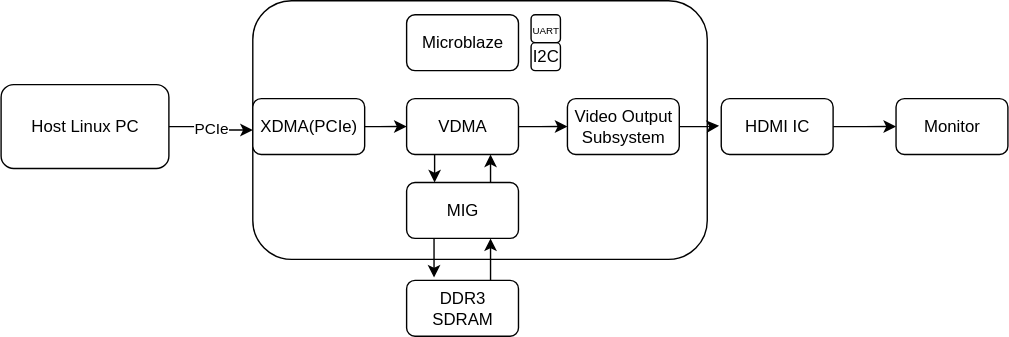
alpkoyun/Simple-Display-Controller keeps this draw.io diagram as doc/visuals/outputs/Hardware_Schematic.drawio.svg. Above is the earlier version. Source tidied: cells renumbered, new cells last; positions are measured from the earlier drawing's top-left corner, leaving out a move shared by most shapes. Its diagram source:
```xml
<mxGraphModel>
  <root>
    <mxCell id="0" />
    <mxCell id="1" parent="0" />
    <mxCell id="2" value="PCIe" style="edgeStyle=orthogonalEdgeStyle;rounded=0;jettySize=auto;html=1;" parent="1" edge="1" source="3" target="4">
      <mxGeometry relative="1" as="geometry" />
    </mxCell>
    <mxCell id="3" value="Host Linux PC" style="rounded=1;whiteSpace=wrap;html=1;" parent="1" vertex="1">
      <mxGeometry y="60" width="120" height="60" as="geometry" />
    </mxCell>
    <mxCell id="4" style="whiteSpace=wrap;html=1;rounded=1;" parent="1" vertex="1">
      <mxGeometry x="180" width="325" height="185" as="geometry" />
    </mxCell>
    <mxCell id="5" style="edgeStyle=orthogonalEdgeStyle;rounded=0;jettySize=auto;html=1;entryX=0;entryY=0.5;entryDx=0;entryDy=0;" parent="1" edge="1" source="6" target="9">
      <mxGeometry relative="1" as="geometry" />
    </mxCell>
    <mxCell id="6" value="XDMA(PCIe)" style="rounded=1;whiteSpace=wrap;html=1;" parent="1" vertex="1">
      <mxGeometry x="180" y="70" width="80" height="40" as="geometry" />
    </mxCell>
    <mxCell id="7" style="edgeStyle=orthogonalEdgeStyle;rounded=0;jettySize=auto;html=1;entryX=0.25;entryY=0;entryDx=0;entryDy=0;" parent="1" edge="1" source="9" target="12">
      <mxGeometry relative="1" as="geometry">
        <Array as="points">
          <mxPoint x="310" y="120" />
          <mxPoint x="310" y="120" />
        </Array>
      </mxGeometry>
    </mxCell>
    <mxCell id="8" style="edgeStyle=orthogonalEdgeStyle;rounded=0;jettySize=auto;html=1;entryX=0;entryY=0.5;entryDx=0;entryDy=0;" parent="1" edge="1" source="9" target="16">
      <mxGeometry relative="1" as="geometry" />
    </mxCell>
    <mxCell id="9" value="VDMA" style="rounded=1;whiteSpace=wrap;html=1;" parent="1" vertex="1">
      <mxGeometry x="290" y="70" width="80" height="40" as="geometry" />
    </mxCell>
    <mxCell id="10" style="edgeStyle=orthogonalEdgeStyle;rounded=0;jettySize=auto;html=1;entryX=0.75;entryY=1;entryDx=0;entryDy=0;" parent="1" edge="1" source="12" target="9">
      <mxGeometry relative="1" as="geometry">
        <Array as="points">
          <mxPoint x="350" y="120" />
          <mxPoint x="350" y="120" />
        </Array>
      </mxGeometry>
    </mxCell>
    <mxCell id="11" style="edgeStyle=orthogonalEdgeStyle;rounded=0;jettySize=auto;html=1;entryX=0.245;entryY=-0.051;entryDx=0;entryDy=0;entryPerimeter=0;" parent="1" edge="1" source="12" target="14">
      <mxGeometry relative="1" as="geometry">
        <Array as="points">
          <mxPoint x="310" y="198" />
        </Array>
      </mxGeometry>
    </mxCell>
    <mxCell id="12" value="MIG" style="rounded=1;whiteSpace=wrap;html=1;" parent="1" vertex="1">
      <mxGeometry x="290" y="130" width="80" height="40" as="geometry" />
    </mxCell>
    <mxCell id="13" style="edgeStyle=orthogonalEdgeStyle;rounded=0;jettySize=auto;html=1;" parent="1" edge="1" source="14" target="12">
      <mxGeometry relative="1" as="geometry">
        <Array as="points">
          <mxPoint x="350" y="190" />
          <mxPoint x="350" y="190" />
        </Array>
      </mxGeometry>
    </mxCell>
    <mxCell id="14" value="DDR3 SDRAM" style="rounded=1;whiteSpace=wrap;html=1;" parent="1" vertex="1">
      <mxGeometry x="290" y="200" width="80" height="40" as="geometry" />
    </mxCell>
    <mxCell id="15" value="Microblaze" style="rounded=1;whiteSpace=wrap;html=1;" parent="1" vertex="1">
      <mxGeometry x="290" y="10" width="80" height="40" as="geometry" />
    </mxCell>
    <mxCell id="16" value="Video Output Subsystem" style="rounded=1;whiteSpace=wrap;html=1;" parent="1" vertex="1">
      <mxGeometry x="405" y="70" width="80" height="40" as="geometry" />
    </mxCell>
    <mxCell id="17" style="edgeStyle=orthogonalEdgeStyle;rounded=0;jettySize=auto;html=1;" parent="1" edge="1" source="18">
      <mxGeometry relative="1" as="geometry">
        <mxPoint x="640" y="90" as="targetPoint" />
      </mxGeometry>
    </mxCell>
    <mxCell id="18" value="HDMI IC" style="rounded=1;whiteSpace=wrap;html=1;" parent="1" vertex="1">
      <mxGeometry x="515" y="70" width="80" height="40" as="geometry" />
    </mxCell>
    <mxCell id="19" style="edgeStyle=orthogonalEdgeStyle;rounded=0;jettySize=auto;html=1;entryX=-0.019;entryY=0.486;entryDx=0;entryDy=0;entryPerimeter=0;" parent="1" edge="1" source="16" target="18">
      <mxGeometry relative="1" as="geometry" />
    </mxCell>
    <mxCell id="20" value="Monitor" style="rounded=1;whiteSpace=wrap;html=1;" parent="1" vertex="1">
      <mxGeometry x="640" y="70" width="80" height="40" as="geometry" />
    </mxCell>
    <mxCell id="21" value="I2C" style="rounded=1;whiteSpace=wrap;html=1;" parent="1" vertex="1">
      <mxGeometry x="379" y="30" width="21" height="20" as="geometry" />
    </mxCell>
    <mxCell id="22" value="&lt;font style=&quot;font-size: 7px;&quot;&gt;UART&lt;/font&gt;" style="rounded=1;whiteSpace=wrap;html=1;" parent="1" vertex="1">
      <mxGeometry x="379" y="10" width="21" height="20" as="geometry" />
    </mxCell>
  </root>
</mxGraphModel>
```
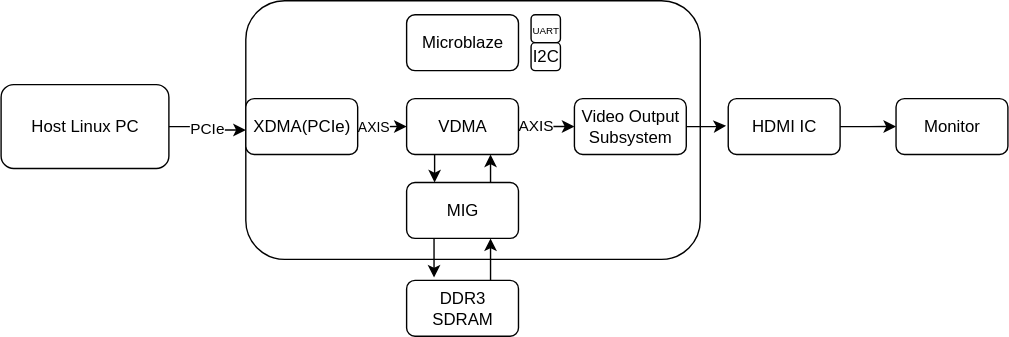
Above is the later version.

The edit, as a diff of the source:
```diff
@@ -9,13 +9,18 @@
       <mxGeometry y="60" width="120" height="60" as="geometry" />
     </mxCell>
     <mxCell id="4" style="whiteSpace=wrap;html=1;rounded=1;" parent="1" vertex="1">
-      <mxGeometry x="180" width="325" height="185" as="geometry" />
+      <mxGeometry x="175" width="325" height="185" as="geometry" />
     </mxCell>
     <mxCell id="5" style="edgeStyle=orthogonalEdgeStyle;rounded=0;jettySize=auto;html=1;entryX=0;entryY=0.5;entryDx=0;entryDy=0;" parent="1" edge="1" source="6" target="9">
       <mxGeometry relative="1" as="geometry" />
     </mxCell>
+    <mxCell id="23" value="&lt;font style=&quot;font-size: 10px;&quot;&gt;AXIS&lt;/font&gt;" style="edgeLabel;html=1;align=center;verticalAlign=middle;" parent="5" vertex="1">
+      <mxGeometry x="-0.27" relative="1" as="geometry">
+        <mxPoint x="-6" as="offset" />
+      </mxGeometry>
+    </mxCell>
     <mxCell id="6" value="XDMA(PCIe)" style="rounded=1;whiteSpace=wrap;html=1;" parent="1" vertex="1">
-      <mxGeometry x="180" y="70" width="80" height="40" as="geometry" />
+      <mxGeometry x="175" y="70" width="80" height="40" as="geometry" />
     </mxCell>
     <mxCell id="7" style="edgeStyle=orthogonalEdgeStyle;rounded=0;jettySize=auto;html=1;entryX=0.25;entryY=0;entryDx=0;entryDy=0;" parent="1" edge="1" source="9" target="12">
       <mxGeometry relative="1" as="geometry">
@@ -28,6 +33,15 @@
     <mxCell id="8" style="edgeStyle=orthogonalEdgeStyle;rounded=0;jettySize=auto;html=1;entryX=0;entryY=0.5;entryDx=0;entryDy=0;" parent="1" edge="1" source="9" target="16">
       <mxGeometry relative="1" as="geometry" />
     </mxCell>
+    <mxCell id="24" value="&lt;span style=&quot;color: rgba(0, 0, 0, 0); font-family: monospace; font-size: 0px; text-align: start; background-color: rgb(27, 29, 30);&quot;&gt;%3CmxGraphModel%3E%3Croot%3E%3CmxCell%20id%3D%220%22%2F%3E%3CmxCell%20id%3D%221%22%20parent%3D%220%22%2F%3E%3CmxCell%20id%3D%222%22%20value%3D%22%26lt%3Bfont%20style%3D%26quot%3Bfont-size%3A%2010px%3B%26quot%3B%26gt%3BAXIS%26lt%3B%2Ffont%26gt%3B%22%20style%3D%22edgeLabel%3Bhtml%3D1%3Balign%3Dcenter%3BverticalAlign%3Dmiddle%3Bresizable%3D0%3Bpoints%3D%5B%5D%3B%22%20vertex%3D%221%22%20connectable%3D%220%22%20parent%3D%221%22%3E%3CmxGeometry%20x%3D%22285.47058823529414%22%20y%3D%22270.01176470588234%22%20as%3D%22geometry%22%2F%3E%3C%2FmxCell%3E%3C%2Froot%3E%3C%2FmxGraphModel%3E&lt;/span&gt;" style="edgeLabel;html=1;align=center;verticalAlign=middle;" parent="8" vertex="1">
+      <mxGeometry x="0.11" relative="1" as="geometry" />
+    </mxCell>
+    <mxCell id="25" value="&lt;span style=&quot;color: rgba(0, 0, 0, 0); font-family: monospace; font-size: 0px; text-align: start; background-color: rgb(27, 29, 30);&quot;&gt;%3CmxGraphModel%3E%3Croot%3E%3CmxCell%20id%3D%220%22%2F%3E%3CmxCell%20id%3D%221%22%20parent%3D%220%22%2F%3E%3CmxCell%20id%3D%222%22%20value%3D%22%26lt%3Bfont%20style%3D%26quot%3Bfont-size%3A%2010px%3B%26quot%3B%26gt%3BAXIS%26lt%3B%2Ffont%26gt%3B%22%20style%3D%22edgeLabel%3Bhtml%3D1%3Balign%3Dcenter%3BverticalAlign%3Dmiddle%3Bresizable%3D0%3Bpoints%3D%5B%5D%3B%22%20vertex%3D%221%22%20connectable%3D%220%22%20parent%3D%221%22%3E%3CmxGeometry%20x%3D%22285.47058823529414%22%20y%3D%22270.01176470588234%22%20as%3D%22geometry%22%2F%3E%3C%2FmxCell%3E%3C%2Froot%3E%3C%2FmxGraphModel%3Ea&lt;/span&gt;" style="edgeLabel;html=1;align=center;verticalAlign=middle;" parent="8" vertex="1">
+      <mxGeometry x="-0.38" relative="1" as="geometry" />
+    </mxCell>
+    <mxCell id="26" value="AXIS" style="edgeLabel;html=1;align=center;verticalAlign=middle;" parent="8" vertex="1">
+      <mxGeometry x="-0.39" y="1" relative="1" as="geometry" />
+    </mxCell>
     <mxCell id="9" value="VDMA" style="rounded=1;whiteSpace=wrap;html=1;" parent="1" vertex="1">
       <mxGeometry x="290" y="70" width="80" height="40" as="geometry" />
     </mxCell>
@@ -64,7 +78,7 @@
       <mxGeometry x="290" y="10" width="80" height="40" as="geometry" />
     </mxCell>
     <mxCell id="16" value="Video Output Subsystem" style="rounded=1;whiteSpace=wrap;html=1;" parent="1" vertex="1">
-      <mxGeometry x="405" y="70" width="80" height="40" as="geometry" />
+      <mxGeometry x="410" y="70" width="80" height="40" as="geometry" />
     </mxCell>
     <mxCell id="17" style="edgeStyle=orthogonalEdgeStyle;rounded=0;jettySize=auto;html=1;" parent="1" edge="1" source="18">
       <mxGeometry relative="1" as="geometry">
@@ -72,7 +86,7 @@
       </mxGeometry>
     </mxCell>
     <mxCell id="18" value="HDMI IC" style="rounded=1;whiteSpace=wrap;html=1;" parent="1" vertex="1">
-      <mxGeometry x="515" y="70" width="80" height="40" as="geometry" />
+      <mxGeometry x="520" y="70" width="80" height="40" as="geometry" />
     </mxCell>
     <mxCell id="19" style="edgeStyle=orthogonalEdgeStyle;rounded=0;jettySize=auto;html=1;entryX=-0.019;entryY=0.486;entryDx=0;entryDy=0;entryPerimeter=0;" parent="1" edge="1" source="16" target="18">
       <mxGeometry relative="1" as="geometry" />
```
